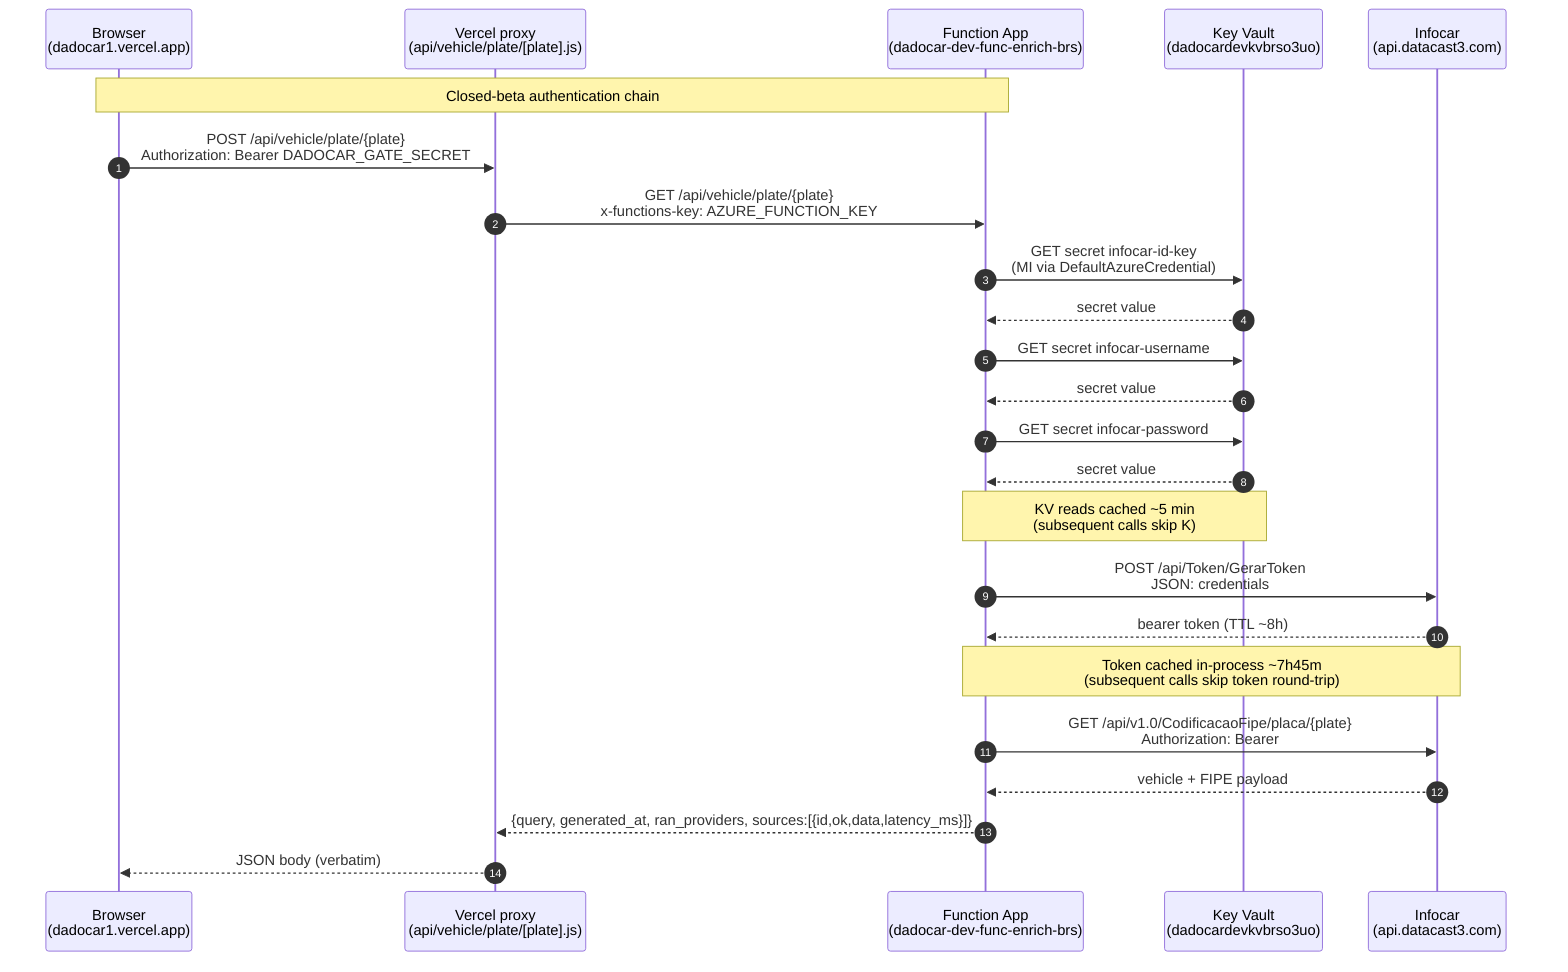
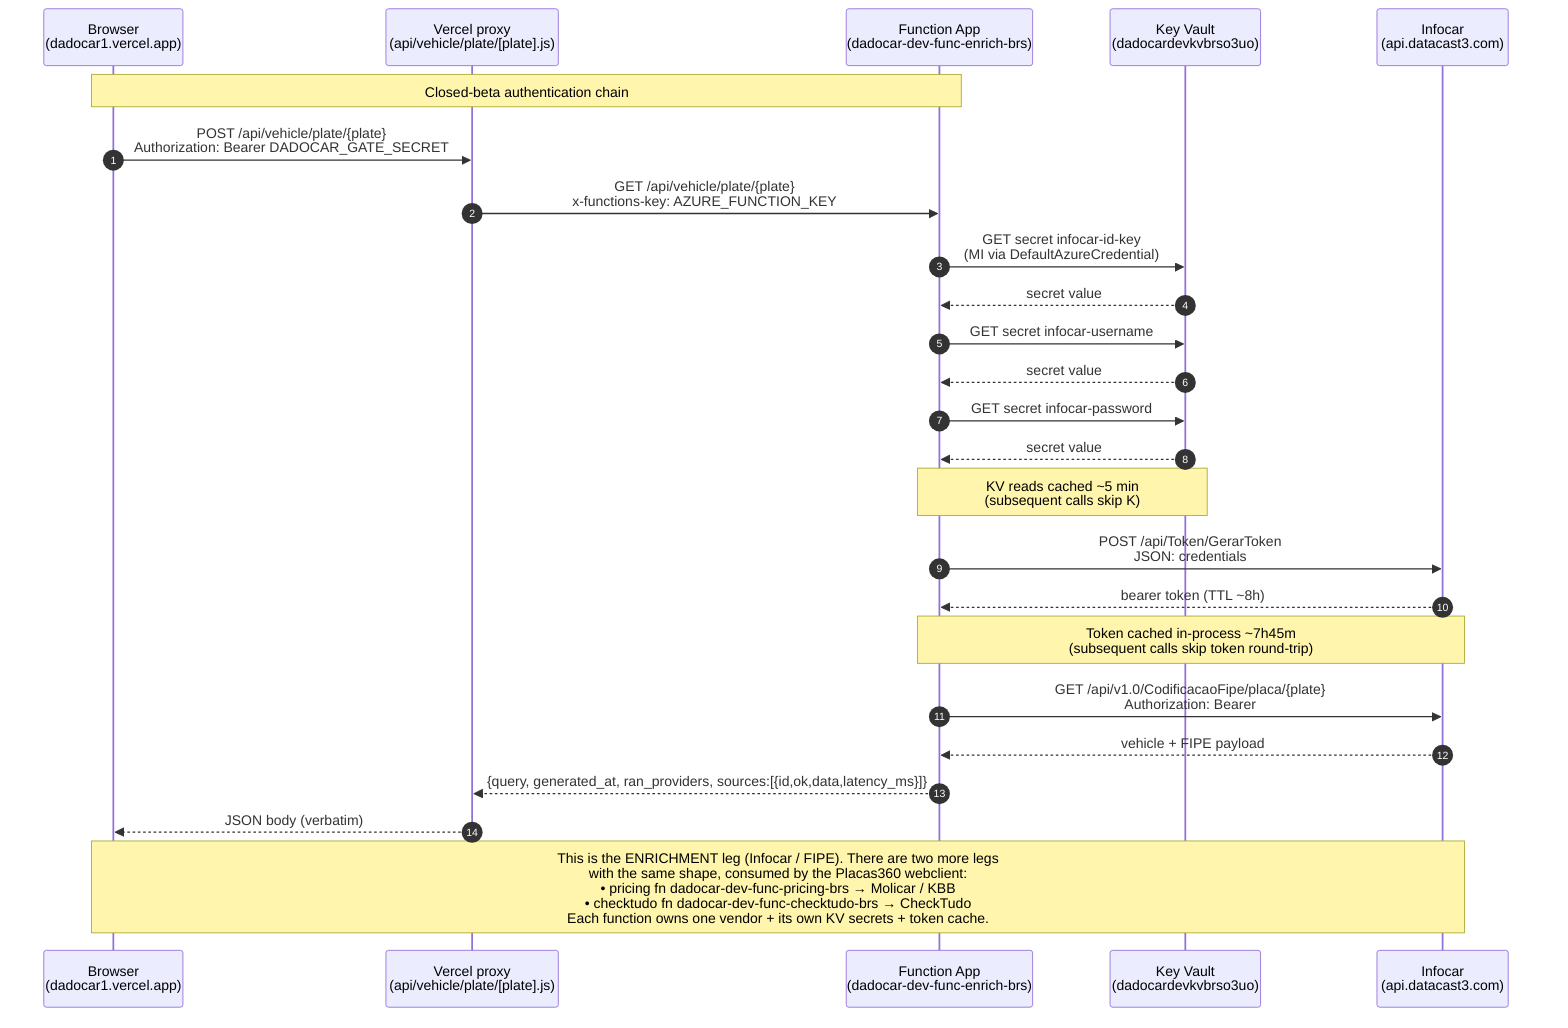
sequenceDiagram
  autonumber
  participant B as Browser<br/>(dadocar1.vercel.app)
  participant V as Vercel proxy<br/>(api/vehicle/plate/[plate].js)
  participant F as Function App<br/>(dadocar-dev-func-enrich-brs)
  participant K as Key Vault<br/>(dadocardevkvbrso3uo)
  participant I as Infocar<br/>(api.datacast3.com)

  Note over B,F: Closed-beta authentication chain
  B->>V: POST /api/vehicle/plate/{plate}<br/>Authorization: Bearer DADOCAR_GATE_SECRET
  V->>F: GET /api/vehicle/plate/{plate}<br/>x-functions-key: AZURE_FUNCTION_KEY
  F->>K: GET secret infocar-id-key<br/>(MI via DefaultAzureCredential)
  K-->>F: secret value
  F->>K: GET secret infocar-username
  K-->>F: secret value
  F->>K: GET secret infocar-password
  K-->>F: secret value
  Note over F,K: KV reads cached ~5 min<br/>(subsequent calls skip K)

  F->>I: POST /api/Token/GerarToken<br/>JSON: credentials
  I-->>F: bearer token (TTL ~8h)
  Note over F,I: Token cached in-process ~7h45m<br/>(subsequent calls skip token round-trip)

  F->>I: GET /api/v1.0/CodificacaoFipe/placa/{plate}<br/>Authorization: Bearer
  I-->>F: vehicle + FIPE payload
  F-->>V: {query, generated_at, ran_providers, sources:[{id,ok,data,latency_ms}]}
  V-->>B: JSON body (verbatim)
+ 
+   Note over B,I: This is the ENRICHMENT leg (Infocar / FIPE). There are two more legs<br/>with the same shape, consumed by the Placas360 webclient:<br/>• pricing fn dadocar-dev-func-pricing-brs → Molicar / KBB<br/>• checktudo fn dadocar-dev-func-checktudo-brs → CheckTudo<br/>Each function owns one vendor + its own KV secrets + token cache.
